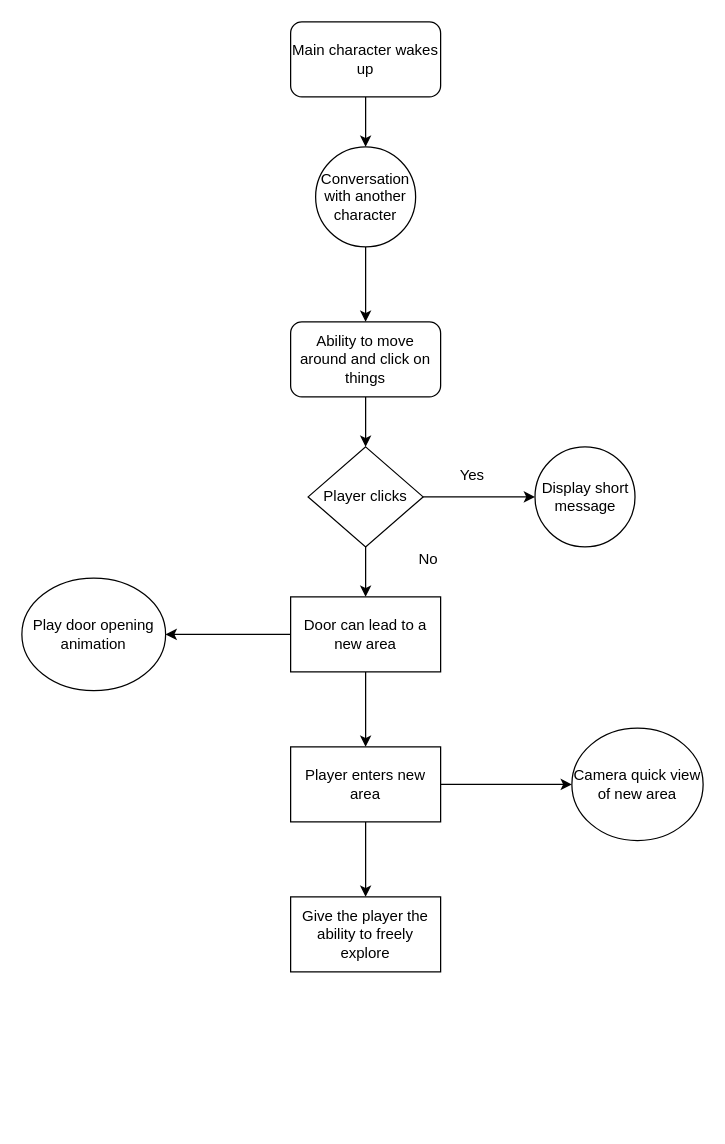
This is FirstVideoGameProject.drawio from Matasem-h/new_flowcharts, a draw.io file, before an edit. Source tidied: cells renumbered, new cells numbered last; positions are measured from the earlier drawing's top-left corner, leaving out a move shared by most shapes. Both pictures are drawn from the tidied source at 125%, with x=0, y=0 at pixel (21, 21).
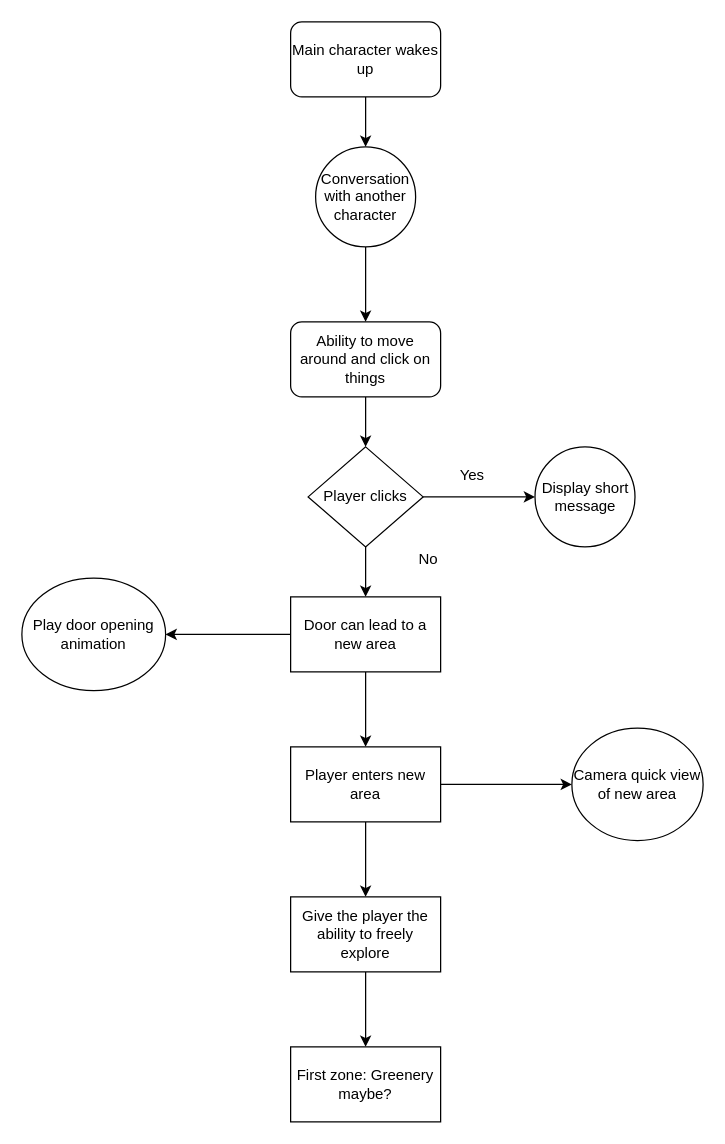
The same page after the edit.

The change refers to these unchanged cells:
```xml
<mxCell id="22" value="Give the player the ability to freely explore" style="whiteSpace=wrap;html=1;" parent="1" vertex="1">
  <mxGeometry x="215" y="700" width="120" height="60" as="geometry" />
</mxCell>
```

What changed in the source:
```diff
@@
+    <mxCell id="23" style="edgeStyle=orthogonalEdgeStyle;rounded=0;jettySize=auto;html=1;" parent="1" edge="1" source="22" target="24">
+      <mxGeometry relative="1" as="geometry" />
+    </mxCell>
@@
+    <mxCell id="24" value="First zone: Greenery maybe?" style="whiteSpace=wrap;html=1;" parent="1" vertex="1">
+      <mxGeometry x="215" y="820" width="120" height="60" as="geometry" />
+    </mxCell>
```
